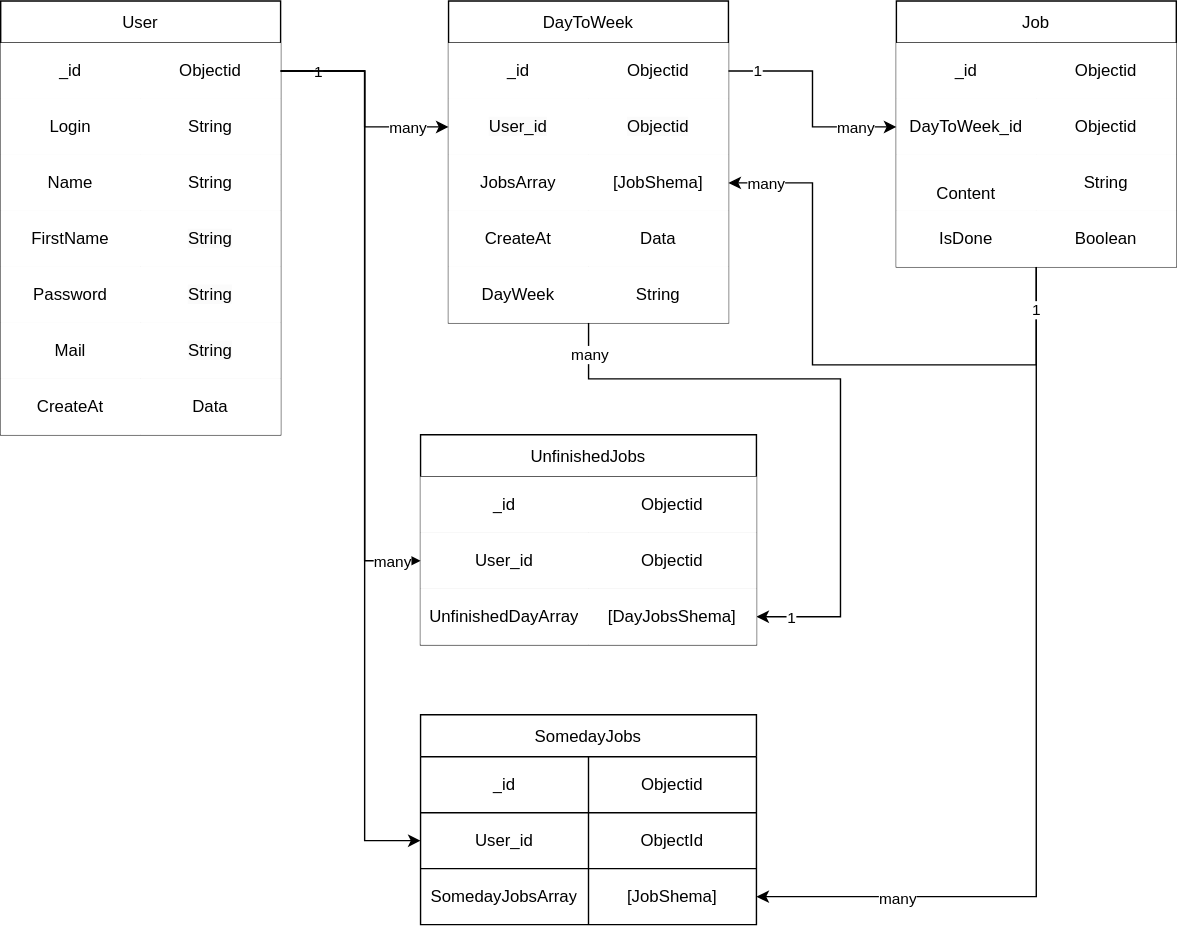
Above: FireWeekDiagram.drawio.svg in lambehorn/FireWeek (draw.io), before the change. Source tidied: cells renumbered, new cells last; positions are measured from the earlier drawing's top-left corner, leaving out a move shared by most shapes.
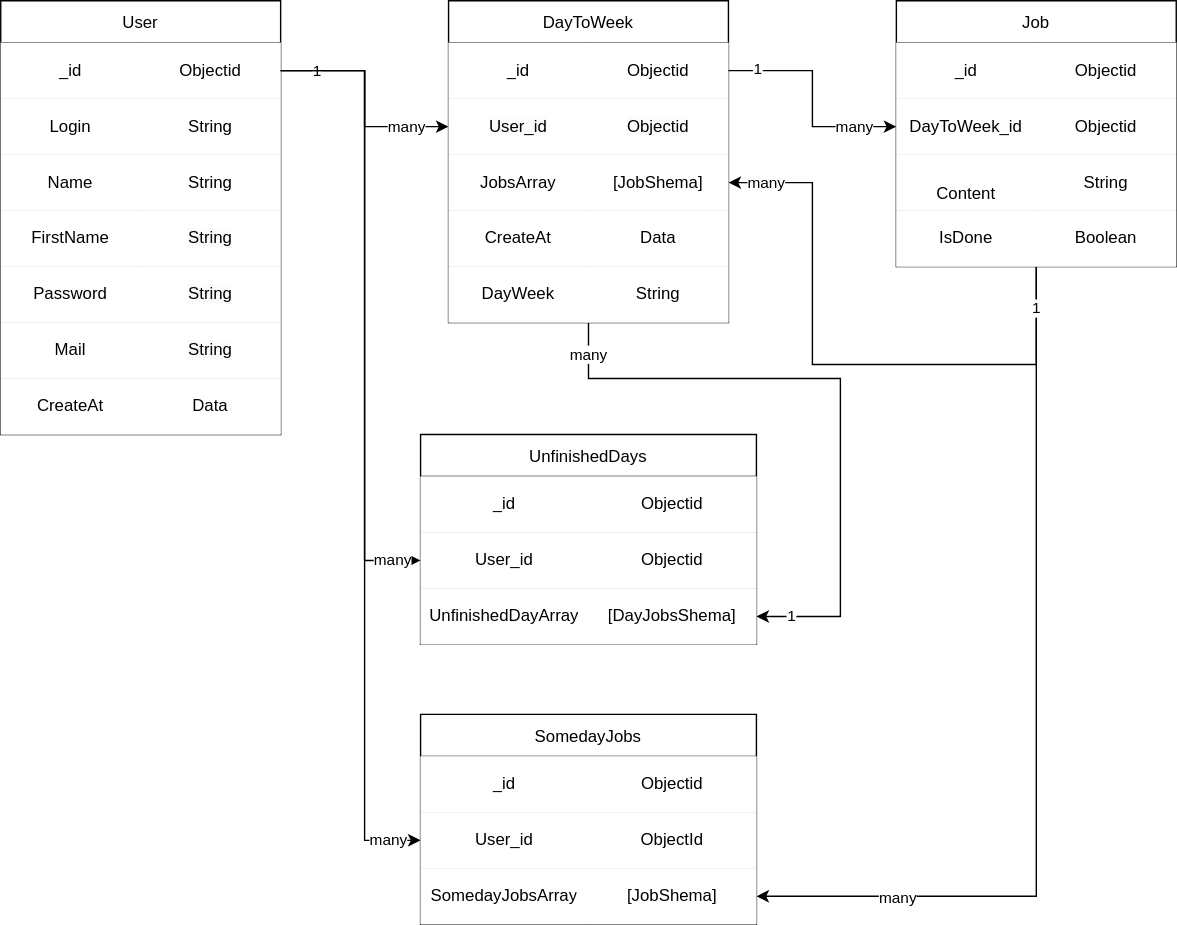
After the change.

Diff of the diagram source:
```diff
@@ -230,7 +230,7 @@
         <mxPoint x="8" y="3" as="offset" />
       </mxGeometry>
     </mxCell>
-    <mxCell id="67" value="UnfinishedJobs" style="shape=table;startSize=30;" parent="1" vertex="1">
+    <mxCell id="67" value="UnfinishedDays" style="shape=table;startSize=30;" parent="1" vertex="1">
       <mxGeometry x="300" y="310" width="240" height="150" as="geometry" />
     </mxCell>
     <mxCell id="68" style="shape=tableRow;horizontal=0;startSize=0;swimlaneHead=0;swimlaneBody=0;top=0;left=0;bottom=0;right=0;" parent="67" vertex="1">
@@ -281,34 +281,37 @@
         </Array>
       </mxGeometry>
     </mxCell>
+    <mxCell id="90" value="many" style="edgeLabel;html=1;align=center;verticalAlign=middle;" parent="79" vertex="1">
+      <mxGeometry x="0.93" relative="1" as="geometry" />
+    </mxCell>
     <mxCell id="80" value="SomedayJobs" style="shape=table;startSize=30;" parent="1" vertex="1">
       <mxGeometry x="300" y="510" width="240" height="150" as="geometry" />
     </mxCell>
-    <mxCell id="81" style="shape=tableRow;horizontal=0;startSize=0;swimlaneHead=0;swimlaneBody=0;strokeColor=inherit;top=0;left=0;bottom=0;right=0;fillColor=none;" parent="80" vertex="1">
+    <mxCell id="81" style="shape=tableRow;horizontal=0;startSize=0;swimlaneHead=0;swimlaneBody=0;top=0;left=0;bottom=0;right=0;" parent="80" vertex="1">
       <mxGeometry y="30" width="240" height="40" as="geometry" />
     </mxCell>
-    <mxCell id="82" value="_id" style="shape=partialRectangle;html=1;whiteSpace=wrap;strokeColor=inherit;overflow=hidden;fillColor=none;top=0;left=0;bottom=0;right=0;" parent="81" vertex="1">
+    <mxCell id="82" value="_id" style="shape=partialRectangle;html=1;whiteSpace=wrap;overflow=hidden;top=0;left=0;bottom=0;right=0;" parent="81" vertex="1">
       <mxGeometry width="120" height="40" as="geometry" />
     </mxCell>
-    <mxCell id="83" value="Objectid" style="shape=partialRectangle;html=1;whiteSpace=wrap;strokeColor=inherit;overflow=hidden;fillColor=none;top=0;left=0;bottom=0;right=0;" parent="81" vertex="1">
+    <mxCell id="83" value="Objectid" style="shape=partialRectangle;html=1;whiteSpace=wrap;overflow=hidden;top=0;left=0;bottom=0;right=0;" parent="81" vertex="1">
       <mxGeometry x="120" width="120" height="40" as="geometry" />
     </mxCell>
-    <mxCell id="84" style="shape=tableRow;horizontal=0;startSize=0;swimlaneHead=0;swimlaneBody=0;strokeColor=inherit;top=0;left=0;bottom=0;right=0;fillColor=none;points=[[0,0.5],[1,0.5]];portConstraint=eastwest;" parent="80" vertex="1">
+    <mxCell id="84" style="shape=tableRow;horizontal=0;startSize=0;swimlaneHead=0;swimlaneBody=0;top=0;left=0;bottom=0;right=0;points=[[0,0.5],[1,0.5]];portConstraint=eastwest;" parent="80" vertex="1">
       <mxGeometry y="70" width="240" height="40" as="geometry" />
     </mxCell>
-    <mxCell id="85" value="User_id" style="shape=partialRectangle;html=1;whiteSpace=wrap;strokeColor=inherit;overflow=hidden;fillColor=none;top=0;left=0;bottom=0;right=0;" parent="84" vertex="1">
+    <mxCell id="85" value="User_id" style="shape=partialRectangle;html=1;whiteSpace=wrap;overflow=hidden;top=0;left=0;bottom=0;right=0;" parent="84" vertex="1">
       <mxGeometry width="120" height="40" as="geometry" />
     </mxCell>
-    <mxCell id="86" value="ObjectId" style="shape=partialRectangle;html=1;whiteSpace=wrap;strokeColor=inherit;overflow=hidden;fillColor=none;top=0;left=0;bottom=0;right=0;" parent="84" vertex="1">
+    <mxCell id="86" value="ObjectId" style="shape=partialRectangle;html=1;whiteSpace=wrap;overflow=hidden;top=0;left=0;bottom=0;right=0;" parent="84" vertex="1">
       <mxGeometry x="120" width="120" height="40" as="geometry" />
     </mxCell>
-    <mxCell id="87" style="shape=tableRow;horizontal=0;startSize=0;swimlaneHead=0;swimlaneBody=0;strokeColor=inherit;top=0;left=0;bottom=0;right=0;fillColor=none;points=[[0,0.5],[1,0.5]];portConstraint=eastwest;" parent="80" vertex="1">
+    <mxCell id="87" style="shape=tableRow;horizontal=0;startSize=0;swimlaneHead=0;swimlaneBody=0;top=0;left=0;bottom=0;right=0;points=[[0,0.5],[1,0.5]];portConstraint=eastwest;" parent="80" vertex="1">
       <mxGeometry y="110" width="240" height="40" as="geometry" />
     </mxCell>
-    <mxCell id="88" value="SomedayJobsArray" style="shape=partialRectangle;html=1;whiteSpace=wrap;strokeColor=inherit;overflow=hidden;fillColor=none;top=0;left=0;bottom=0;right=0;" parent="87" vertex="1">
+    <mxCell id="88" value="SomedayJobsArray" style="shape=partialRectangle;html=1;whiteSpace=wrap;overflow=hidden;top=0;left=0;bottom=0;right=0;" parent="87" vertex="1">
       <mxGeometry width="120" height="40" as="geometry" />
     </mxCell>
-    <mxCell id="89" value="[JobShema]" style="shape=partialRectangle;html=1;whiteSpace=wrap;strokeColor=inherit;overflow=hidden;fillColor=none;top=0;left=0;bottom=0;right=0;" parent="87" vertex="1">
+    <mxCell id="89" value="[JobShema]" style="shape=partialRectangle;html=1;whiteSpace=wrap;overflow=hidden;top=0;left=0;bottom=0;right=0;" parent="87" vertex="1">
       <mxGeometry x="120" width="120" height="40" as="geometry" />
     </mxCell>
   </root>
```
